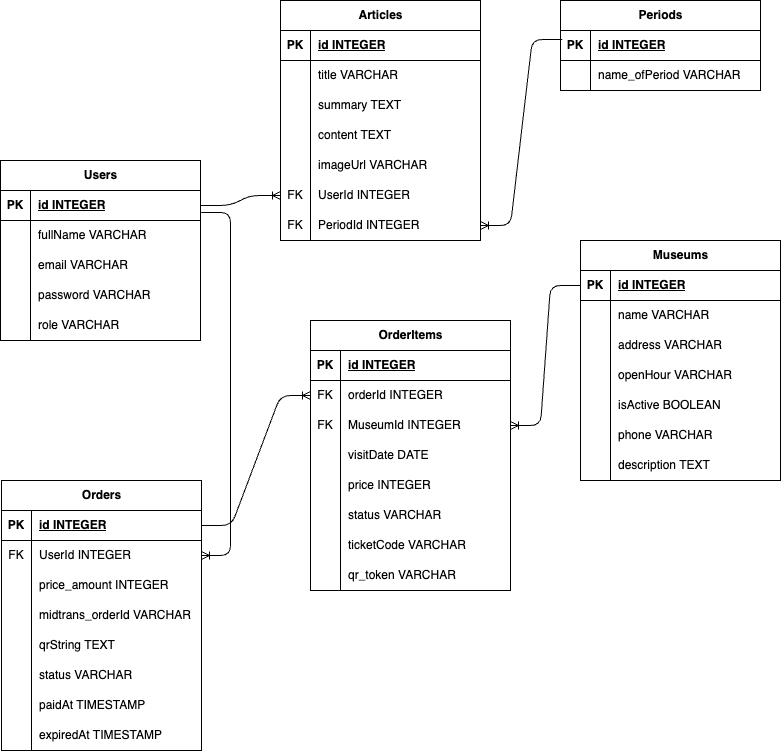
Above: erd.drawio.png in sabianathallah/I-Project_Server (draw.io), before the change. Source tidied: cells renumbered, new cells last; positions are measured from the earlier drawing's top-left corner, leaving out a move shared by most shapes.
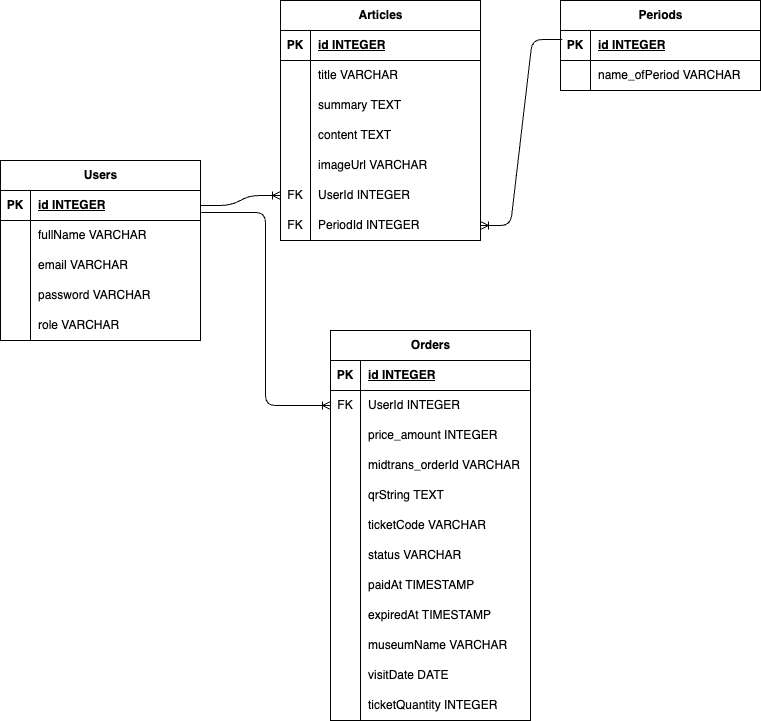
Later version of the same file.

What changed in the source:
```diff
@@ -143,152 +143,8 @@
     <mxCell id="48" style="edgeStyle=entityRelationEdgeStyle;fontSize=12;html=1;endArrow=ERoneToMany;exitX=0.009;exitY=0.3;exitDx=0;exitDy=0;exitPerimeter=0;entryX=1;entryY=0.5;entryDx=0;entryDy=0;" parent="1" edge="1" source="41" target="37">
       <mxGeometry relative="1" as="geometry" />
     </mxCell>
-    <mxCell id="49" value="Museums" style="shape=table;startSize=30;rowLines=0;fontStyle=1;align=center;html=1;" parent="1" vertex="1">
-      <mxGeometry x="580" y="240" width="200" height="240" as="geometry" />
-    </mxCell>
-    <mxCell id="50" style="shape=tableRow;horizontal=0;startSize=0;swimlaneHead=0;swimlaneBody=0;fillColor=none;points=[[0,0.5],[1,0.5]];portConstraint=eastwest;top=0;left=0;right=0;bottom=1;" parent="49" vertex="1">
-      <mxGeometry y="30" width="200" height="30" as="geometry" />
-    </mxCell>
-    <mxCell id="51" value="PK" style="shape=partialRectangle;fillColor=none;top=0;left=0;bottom=0;right=0;fontStyle=1;overflow=hidden;whiteSpace=wrap;html=1;" parent="50" vertex="1">
-      <mxGeometry width="30" height="30" as="geometry" />
-    </mxCell>
-    <mxCell id="52" value="id INTEGER" style="shape=partialRectangle;fillColor=none;top=0;left=0;bottom=0;right=0;align=left;spacingLeft=6;fontStyle=5;overflow=hidden;whiteSpace=wrap;html=1;" parent="50" vertex="1">
-      <mxGeometry x="30" width="170" height="30" as="geometry" />
-    </mxCell>
-    <mxCell id="53" style="shape=tableRow;horizontal=0;startSize=0;swimlaneHead=0;swimlaneBody=0;fillColor=none;top=0;left=0;right=0;bottom=0;" parent="49" vertex="1">
-      <mxGeometry y="60" width="200" height="30" as="geometry" />
-    </mxCell>
-    <mxCell id="54" style="shape=partialRectangle;fillColor=none;top=0;left=0;bottom=0;right=0;overflow=hidden;whiteSpace=wrap;html=1;" parent="53" vertex="1">
-      <mxGeometry width="30" height="30" as="geometry" />
-    </mxCell>
-    <mxCell id="55" value="name VARCHAR" style="shape=partialRectangle;fillColor=none;top=0;left=0;bottom=0;right=0;align=left;spacingLeft=6;overflow=hidden;whiteSpace=wrap;html=1;" parent="53" vertex="1">
-      <mxGeometry x="30" width="170" height="30" as="geometry" />
-    </mxCell>
-    <mxCell id="56" style="shape=tableRow;horizontal=0;startSize=0;swimlaneHead=0;swimlaneBody=0;fillColor=none;top=0;left=0;right=0;bottom=0;" parent="49" vertex="1">
-      <mxGeometry y="90" width="200" height="30" as="geometry" />
-    </mxCell>
-    <mxCell id="57" style="shape=partialRectangle;fillColor=none;top=0;left=0;bottom=0;right=0;overflow=hidden;whiteSpace=wrap;html=1;" parent="56" vertex="1">
-      <mxGeometry width="30" height="30" as="geometry" />
-    </mxCell>
-    <mxCell id="58" value="address VARCHAR" style="shape=partialRectangle;fillColor=none;top=0;left=0;bottom=0;right=0;align=left;spacingLeft=6;overflow=hidden;whiteSpace=wrap;html=1;" parent="56" vertex="1">
-      <mxGeometry x="30" width="170" height="30" as="geometry" />
-    </mxCell>
-    <mxCell id="59" style="shape=tableRow;horizontal=0;startSize=0;swimlaneHead=0;swimlaneBody=0;fillColor=none;top=0;left=0;right=0;bottom=0;" parent="49" vertex="1">
-      <mxGeometry y="120" width="200" height="30" as="geometry" />
-    </mxCell>
-    <mxCell id="60" style="shape=partialRectangle;fillColor=none;top=0;left=0;bottom=0;right=0;overflow=hidden;whiteSpace=wrap;html=1;" parent="59" vertex="1">
-      <mxGeometry width="30" height="30" as="geometry" />
-    </mxCell>
-    <mxCell id="61" value="openHour VARCHAR" style="shape=partialRectangle;fillColor=none;top=0;left=0;bottom=0;right=0;align=left;spacingLeft=6;overflow=hidden;whiteSpace=wrap;html=1;" parent="59" vertex="1">
-      <mxGeometry x="30" width="170" height="30" as="geometry" />
-    </mxCell>
-    <mxCell id="62" style="shape=tableRow;horizontal=0;startSize=0;swimlaneHead=0;swimlaneBody=0;fillColor=none;top=0;left=0;right=0;bottom=0;" parent="49" vertex="1">
-      <mxGeometry y="150" width="200" height="30" as="geometry" />
-    </mxCell>
-    <mxCell id="63" style="shape=partialRectangle;fillColor=none;top=0;left=0;bottom=0;right=0;overflow=hidden;whiteSpace=wrap;html=1;" parent="62" vertex="1">
-      <mxGeometry width="30" height="30" as="geometry" />
-    </mxCell>
-    <mxCell id="64" value="isActive BOOLEAN" style="shape=partialRectangle;fillColor=none;top=0;left=0;bottom=0;right=0;align=left;spacingLeft=6;overflow=hidden;whiteSpace=wrap;html=1;" parent="62" vertex="1">
-      <mxGeometry x="30" width="170" height="30" as="geometry" />
-    </mxCell>
-    <mxCell id="65" style="shape=tableRow;horizontal=0;startSize=0;swimlaneHead=0;swimlaneBody=0;fillColor=none;top=0;left=0;right=0;bottom=0;" parent="49" vertex="1">
-      <mxGeometry y="180" width="200" height="30" as="geometry" />
-    </mxCell>
-    <mxCell id="66" style="shape=partialRectangle;fillColor=none;top=0;left=0;bottom=0;right=0;overflow=hidden;whiteSpace=wrap;html=1;" parent="65" vertex="1">
-      <mxGeometry width="30" height="30" as="geometry" />
-    </mxCell>
-    <mxCell id="67" value="phone VARCHAR" style="shape=partialRectangle;fillColor=none;top=0;left=0;bottom=0;right=0;align=left;spacingLeft=6;overflow=hidden;whiteSpace=wrap;html=1;" parent="65" vertex="1">
-      <mxGeometry x="30" width="170" height="30" as="geometry" />
-    </mxCell>
-    <mxCell id="68" style="shape=tableRow;horizontal=0;startSize=0;swimlaneHead=0;swimlaneBody=0;fillColor=none;top=0;left=0;right=0;bottom=0;" parent="49" vertex="1">
-      <mxGeometry y="210" width="200" height="30" as="geometry" />
-    </mxCell>
-    <mxCell id="69" style="shape=partialRectangle;fillColor=none;top=0;left=0;bottom=0;right=0;overflow=hidden;whiteSpace=wrap;html=1;" parent="68" vertex="1">
-      <mxGeometry width="30" height="30" as="geometry" />
-    </mxCell>
-    <mxCell id="70" value="description TEXT" style="shape=partialRectangle;fillColor=none;top=0;left=0;bottom=0;right=0;align=left;spacingLeft=6;overflow=hidden;whiteSpace=wrap;html=1;" parent="68" vertex="1">
-      <mxGeometry x="30" width="170" height="30" as="geometry" />
-    </mxCell>
-    <mxCell id="71" value="OrderItems" style="shape=table;startSize=30;rowLines=0;fontStyle=1;align=center;html=1;" parent="1" vertex="1">
-      <mxGeometry x="310" y="320" width="200" height="270" as="geometry" />
-    </mxCell>
-    <mxCell id="72" style="shape=tableRow;horizontal=0;startSize=0;swimlaneHead=0;swimlaneBody=0;fillColor=none;top=0;left=0;right=0;bottom=1;" parent="71" vertex="1">
-      <mxGeometry y="30" width="200" height="30" as="geometry" />
-    </mxCell>
-    <mxCell id="73" value="PK" style="shape=partialRectangle;fillColor=none;top=0;left=0;bottom=0;right=0;fontStyle=1;overflow=hidden;whiteSpace=wrap;html=1;" parent="72" vertex="1">
-      <mxGeometry width="30" height="30" as="geometry" />
-    </mxCell>
-    <mxCell id="74" value="id INTEGER" style="shape=partialRectangle;fillColor=none;top=0;left=0;bottom=0;right=0;align=left;spacingLeft=6;fontStyle=5;overflow=hidden;whiteSpace=wrap;html=1;" parent="72" vertex="1">
-      <mxGeometry x="30" width="170" height="30" as="geometry" />
-    </mxCell>
-    <mxCell id="75" style="shape=tableRow;horizontal=0;startSize=0;swimlaneHead=0;swimlaneBody=0;fillColor=none;points=[[0,0.5],[1,0.5]];portConstraint=eastwest;top=0;left=0;right=0;bottom=0;" parent="71" vertex="1">
-      <mxGeometry y="60" width="200" height="30" as="geometry" />
-    </mxCell>
-    <mxCell id="76" value="FK" style="shape=partialRectangle;fillColor=none;top=0;left=0;bottom=0;right=0;overflow=hidden;whiteSpace=wrap;html=1;" parent="75" vertex="1">
-      <mxGeometry width="30" height="30" as="geometry" />
-    </mxCell>
-    <mxCell id="77" value="orderId INTEGER" style="shape=partialRectangle;fillColor=none;top=0;left=0;bottom=0;right=0;align=left;spacingLeft=6;overflow=hidden;whiteSpace=wrap;html=1;" parent="75" vertex="1">
-      <mxGeometry x="30" width="170" height="30" as="geometry" />
-    </mxCell>
-    <mxCell id="78" style="shape=tableRow;horizontal=0;startSize=0;swimlaneHead=0;swimlaneBody=0;fillColor=none;points=[[0,0.5],[1,0.5]];portConstraint=eastwest;top=0;left=0;right=0;bottom=0;" parent="71" vertex="1">
-      <mxGeometry y="90" width="200" height="30" as="geometry" />
-    </mxCell>
-    <mxCell id="79" value="FK" style="shape=partialRectangle;fillColor=none;top=0;left=0;bottom=0;right=0;overflow=hidden;whiteSpace=wrap;html=1;" parent="78" vertex="1">
-      <mxGeometry width="30" height="30" as="geometry" />
-    </mxCell>
-    <mxCell id="80" value="MuseumId INTEGER" style="shape=partialRectangle;fillColor=none;top=0;left=0;bottom=0;right=0;align=left;spacingLeft=6;overflow=hidden;whiteSpace=wrap;html=1;" parent="78" vertex="1">
-      <mxGeometry x="30" width="170" height="30" as="geometry" />
-    </mxCell>
-    <mxCell id="81" style="shape=tableRow;horizontal=0;startSize=0;swimlaneHead=0;swimlaneBody=0;fillColor=none;top=0;left=0;right=0;bottom=0;" parent="71" vertex="1">
-      <mxGeometry y="120" width="200" height="30" as="geometry" />
-    </mxCell>
-    <mxCell id="82" style="shape=partialRectangle;fillColor=none;top=0;left=0;bottom=0;right=0;overflow=hidden;whiteSpace=wrap;html=1;" parent="81" vertex="1">
-      <mxGeometry width="30" height="30" as="geometry" />
-    </mxCell>
-    <mxCell id="83" value="visitDate DATE" style="shape=partialRectangle;fillColor=none;top=0;left=0;bottom=0;right=0;align=left;spacingLeft=6;overflow=hidden;whiteSpace=wrap;html=1;" parent="81" vertex="1">
-      <mxGeometry x="30" width="170" height="30" as="geometry" />
-    </mxCell>
-    <mxCell id="84" style="shape=tableRow;horizontal=0;startSize=0;swimlaneHead=0;swimlaneBody=0;fillColor=none;top=0;left=0;right=0;bottom=0;" parent="71" vertex="1">
-      <mxGeometry y="150" width="200" height="30" as="geometry" />
-    </mxCell>
-    <mxCell id="85" style="shape=partialRectangle;fillColor=none;top=0;left=0;bottom=0;right=0;overflow=hidden;whiteSpace=wrap;html=1;" parent="84" vertex="1">
-      <mxGeometry width="30" height="30" as="geometry" />
-    </mxCell>
-    <mxCell id="86" value="price INTEGER" style="shape=partialRectangle;fillColor=none;top=0;left=0;bottom=0;right=0;align=left;spacingLeft=6;overflow=hidden;whiteSpace=wrap;html=1;" parent="84" vertex="1">
-      <mxGeometry x="30" width="170" height="30" as="geometry" />
-    </mxCell>
-    <mxCell id="87" style="shape=tableRow;horizontal=0;startSize=0;swimlaneHead=0;swimlaneBody=0;fillColor=none;top=0;left=0;right=0;bottom=0;" parent="71" vertex="1">
-      <mxGeometry y="180" width="200" height="30" as="geometry" />
-    </mxCell>
-    <mxCell id="88" style="shape=partialRectangle;fillColor=none;top=0;left=0;bottom=0;right=0;overflow=hidden;whiteSpace=wrap;html=1;" parent="87" vertex="1">
-      <mxGeometry width="30" height="30" as="geometry" />
-    </mxCell>
-    <mxCell id="89" value="status VARCHAR" style="shape=partialRectangle;fillColor=none;top=0;left=0;bottom=0;right=0;align=left;spacingLeft=6;overflow=hidden;whiteSpace=wrap;html=1;" parent="87" vertex="1">
-      <mxGeometry x="30" width="170" height="30" as="geometry" />
-    </mxCell>
-    <mxCell id="90" style="shape=tableRow;horizontal=0;startSize=0;swimlaneHead=0;swimlaneBody=0;fillColor=none;top=0;left=0;right=0;bottom=0;" parent="71" vertex="1">
-      <mxGeometry y="210" width="200" height="30" as="geometry" />
-    </mxCell>
-    <mxCell id="91" style="shape=partialRectangle;fillColor=none;top=0;left=0;bottom=0;right=0;overflow=hidden;whiteSpace=wrap;html=1;" parent="90" vertex="1">
-      <mxGeometry width="30" height="30" as="geometry" />
-    </mxCell>
-    <mxCell id="92" value="ticketCode VARCHAR" style="shape=partialRectangle;fillColor=none;top=0;left=0;bottom=0;right=0;align=left;spacingLeft=6;overflow=hidden;whiteSpace=wrap;html=1;" parent="90" vertex="1">
-      <mxGeometry x="30" width="170" height="30" as="geometry" />
-    </mxCell>
-    <mxCell id="93" style="shape=tableRow;horizontal=0;startSize=0;swimlaneHead=0;swimlaneBody=0;fillColor=none;top=0;left=0;right=0;bottom=0;" parent="71" vertex="1">
-      <mxGeometry y="240" width="200" height="30" as="geometry" />
-    </mxCell>
-    <mxCell id="94" style="shape=partialRectangle;fillColor=none;top=0;left=0;bottom=0;right=0;overflow=hidden;whiteSpace=wrap;html=1;" parent="93" vertex="1">
-      <mxGeometry width="30" height="30" as="geometry" />
-    </mxCell>
-    <mxCell id="95" value="qr_token VARCHAR" style="shape=partialRectangle;fillColor=none;top=0;left=0;bottom=0;right=0;align=left;spacingLeft=6;overflow=hidden;whiteSpace=wrap;html=1;" parent="93" vertex="1">
-      <mxGeometry x="30" width="170" height="30" as="geometry" />
-    </mxCell>
-    <mxCell id="96" style="edgeStyle=entityRelationEdgeStyle;fontSize=12;html=1;endArrow=ERoneToMany;exitX=0;exitY=0.5;exitDx=0;exitDy=0;entryX=1;entryY=0.5;entryDx=0;entryDy=0;" parent="1" edge="1" source="50" target="78">
-      <mxGeometry relative="1" as="geometry" />
-    </mxCell>
     <mxCell id="97" value="Orders" style="shape=table;startSize=30;rowLines=0;fontStyle=1;align=center;html=1;" parent="1" vertex="1">
-      <mxGeometry x="1" y="480" width="200" height="270" as="geometry" />
+      <mxGeometry x="330" y="330" width="200" height="390" as="geometry" />
     </mxCell>
     <mxCell id="98" style="shape=tableRow;horizontal=0;startSize=0;swimlaneHead=0;swimlaneBody=0;fillColor=none;points=[[0,0.5],[1,0.5]];portConstraint=eastwest;top=0;left=0;right=0;bottom=1;" parent="97" vertex="1">
       <mxGeometry y="30" width="200" height="30" as="geometry" />
@@ -335,8 +191,17 @@
     <mxCell id="112" value="qrString TEXT" style="shape=partialRectangle;fillColor=none;top=0;left=0;bottom=0;right=0;align=left;spacingLeft=6;overflow=hidden;whiteSpace=wrap;html=1;" parent="110" vertex="1">
       <mxGeometry x="30" width="170" height="30" as="geometry" />
     </mxCell>
+    <mxCell id="124" style="shape=tableRow;horizontal=0;startSize=0;swimlaneHead=0;swimlaneBody=0;fillColor=none;top=0;left=0;right=0;bottom=0;" parent="97" vertex="1">
+      <mxGeometry y="180" width="200" height="30" as="geometry" />
+    </mxCell>
+    <mxCell id="125" style="shape=partialRectangle;fillColor=none;top=0;left=0;bottom=0;right=0;overflow=hidden;whiteSpace=wrap;html=1;" parent="124" vertex="1">
+      <mxGeometry width="30" height="30" as="geometry" />
+    </mxCell>
+    <mxCell id="92" value="ticketCode VARCHAR" style="shape=partialRectangle;fillColor=none;top=0;left=0;bottom=0;right=0;align=left;spacingLeft=6;overflow=hidden;whiteSpace=wrap;html=1;" parent="124" vertex="1">
+      <mxGeometry x="30" width="170" height="30" as="geometry" />
+    </mxCell>
     <mxCell id="113" style="shape=tableRow;horizontal=0;startSize=0;swimlaneHead=0;swimlaneBody=0;fillColor=none;top=0;left=0;right=0;bottom=0;" parent="97" vertex="1">
-      <mxGeometry y="180" width="200" height="30" as="geometry" />
+      <mxGeometry y="210" width="200" height="30" as="geometry" />
     </mxCell>
     <mxCell id="114" style="shape=partialRectangle;fillColor=none;top=0;left=0;bottom=0;right=0;overflow=hidden;whiteSpace=wrap;html=1;" parent="113" vertex="1">
       <mxGeometry width="30" height="30" as="geometry" />
@@ -345,7 +210,7 @@
       <mxGeometry x="30" width="170" height="30" as="geometry" />
     </mxCell>
     <mxCell id="116" style="shape=tableRow;horizontal=0;startSize=0;swimlaneHead=0;swimlaneBody=0;fillColor=none;top=0;left=0;right=0;bottom=0;" parent="97" vertex="1">
-      <mxGeometry y="210" width="200" height="30" as="geometry" />
+      <mxGeometry y="240" width="200" height="30" as="geometry" />
     </mxCell>
     <mxCell id="117" style="shape=partialRectangle;fillColor=none;top=0;left=0;bottom=0;right=0;overflow=hidden;whiteSpace=wrap;html=1;" parent="116" vertex="1">
       <mxGeometry width="30" height="30" as="geometry" />
@@ -354,7 +219,7 @@
       <mxGeometry x="30" width="170" height="30" as="geometry" />
     </mxCell>
     <mxCell id="119" style="shape=tableRow;horizontal=0;startSize=0;swimlaneHead=0;swimlaneBody=0;fillColor=none;top=0;left=0;right=0;bottom=0;" parent="97" vertex="1">
-      <mxGeometry y="240" width="200" height="30" as="geometry" />
+      <mxGeometry y="270" width="200" height="30" as="geometry" />
     </mxCell>
     <mxCell id="120" style="shape=partialRectangle;fillColor=none;top=0;left=0;bottom=0;right=0;overflow=hidden;whiteSpace=wrap;html=1;" parent="119" vertex="1">
       <mxGeometry width="30" height="30" as="geometry" />
@@ -362,15 +227,35 @@
     <mxCell id="121" value="expiredAt TIMESTAMP" style="shape=partialRectangle;fillColor=none;top=0;left=0;bottom=0;right=0;align=left;spacingLeft=6;overflow=hidden;whiteSpace=wrap;html=1;" parent="119" vertex="1">
       <mxGeometry x="30" width="170" height="30" as="geometry" />
     </mxCell>
-    <mxCell id="122" style="edgeStyle=entityRelationEdgeStyle;fontSize=12;html=1;endArrow=ERoneToMany;exitX=1;exitY=0.5;exitDx=0;exitDy=0;entryX=0;entryY=0.5;entryDx=0;entryDy=0;" parent="1" edge="1" source="98" target="75">
-      <mxGeometry relative="1" as="geometry" />
-    </mxCell>
+    <mxCell id="126" style="shape=tableRow;horizontal=0;startSize=0;swimlaneHead=0;swimlaneBody=0;fillColor=none;top=0;left=0;right=0;bottom=0;" parent="97" vertex="1">
+      <mxGeometry y="300" width="200" height="30" as="geometry" />
+    </mxCell>
+    <mxCell id="127" style="shape=partialRectangle;fillColor=none;top=0;left=0;bottom=0;right=0;overflow=hidden;whiteSpace=wrap;html=1;" parent="126" vertex="1">
+      <mxGeometry width="30" height="30" as="geometry" />
+    </mxCell>
+    <mxCell id="128" value="museumName VARCHAR" style="shape=partialRectangle;fillColor=none;top=0;left=0;bottom=0;right=0;align=left;spacingLeft=6;overflow=hidden;whiteSpace=wrap;html=1;" parent="126" vertex="1">
+      <mxGeometry x="30" width="170" height="30" as="geometry" />
+    </mxCell>
+    <mxCell id="129" style="shape=tableRow;horizontal=0;startSize=0;swimlaneHead=0;swimlaneBody=0;fillColor=none;top=0;left=0;right=0;bottom=0;" parent="97" vertex="1">
+      <mxGeometry y="330" width="200" height="30" as="geometry" />
+    </mxCell>
+    <mxCell id="130" style="shape=partialRectangle;fillColor=none;top=0;left=0;bottom=0;right=0;overflow=hidden;whiteSpace=wrap;html=1;" parent="129" vertex="1">
+      <mxGeometry width="30" height="30" as="geometry" />
+    </mxCell>
+    <mxCell id="83" value="visitDate DATE" style="shape=partialRectangle;fillColor=none;top=0;left=0;bottom=0;right=0;align=left;spacingLeft=6;overflow=hidden;whiteSpace=wrap;html=1;" parent="129" vertex="1">
+      <mxGeometry x="30" width="170" height="30" as="geometry" />
+    </mxCell>
+    <mxCell id="131" style="shape=tableRow;horizontal=0;startSize=0;swimlaneHead=0;swimlaneBody=0;fillColor=none;top=0;left=0;right=0;bottom=0;" parent="97" vertex="1">
+      <mxGeometry y="360" width="200" height="30" as="geometry" />
+    </mxCell>
+    <mxCell id="132" style="shape=partialRectangle;fillColor=none;top=0;left=0;bottom=0;right=0;overflow=hidden;whiteSpace=wrap;html=1;" parent="131" vertex="1">
+      <mxGeometry width="30" height="30" as="geometry" />
+    </mxCell>
+    <mxCell id="133" value="ticketQuantity INTEGER" style="shape=partialRectangle;fillColor=none;top=0;left=0;bottom=0;right=0;align=left;spacingLeft=6;overflow=hidden;whiteSpace=wrap;html=1;" parent="131" vertex="1">
+      <mxGeometry x="30" width="170" height="30" as="geometry" />
+    </mxCell>
-    <mxCell id="123" style="edgeStyle=elbowEdgeStyle;fontSize=12;html=1;endArrow=ERoneToMany;entryX=1;entryY=0.5;entryDx=0;entryDy=0;exitX=1.004;exitY=0.733;exitDx=0;exitDy=0;exitPerimeter=0;elbow=vertical;" parent="1" edge="1" source="3" target="101">
-      <mxGeometry relative="1" as="geometry">
-        <Array as="points">
-          <mxPoint x="230" y="380" />
-        </Array>
-      </mxGeometry>
+    <mxCell id="123" style="edgeStyle=elbowEdgeStyle;fontSize=12;html=1;endArrow=ERoneToMany;exitX=1.004;exitY=0.733;exitDx=0;exitDy=0;exitPerimeter=0;entryX=0;entryY=0.5;entryDx=0;entryDy=0;" parent="1" edge="1" source="3" target="101">
+      <mxGeometry relative="1" as="geometry" />
     </mxCell>
   </root>
 </mxGraphModel>
```
